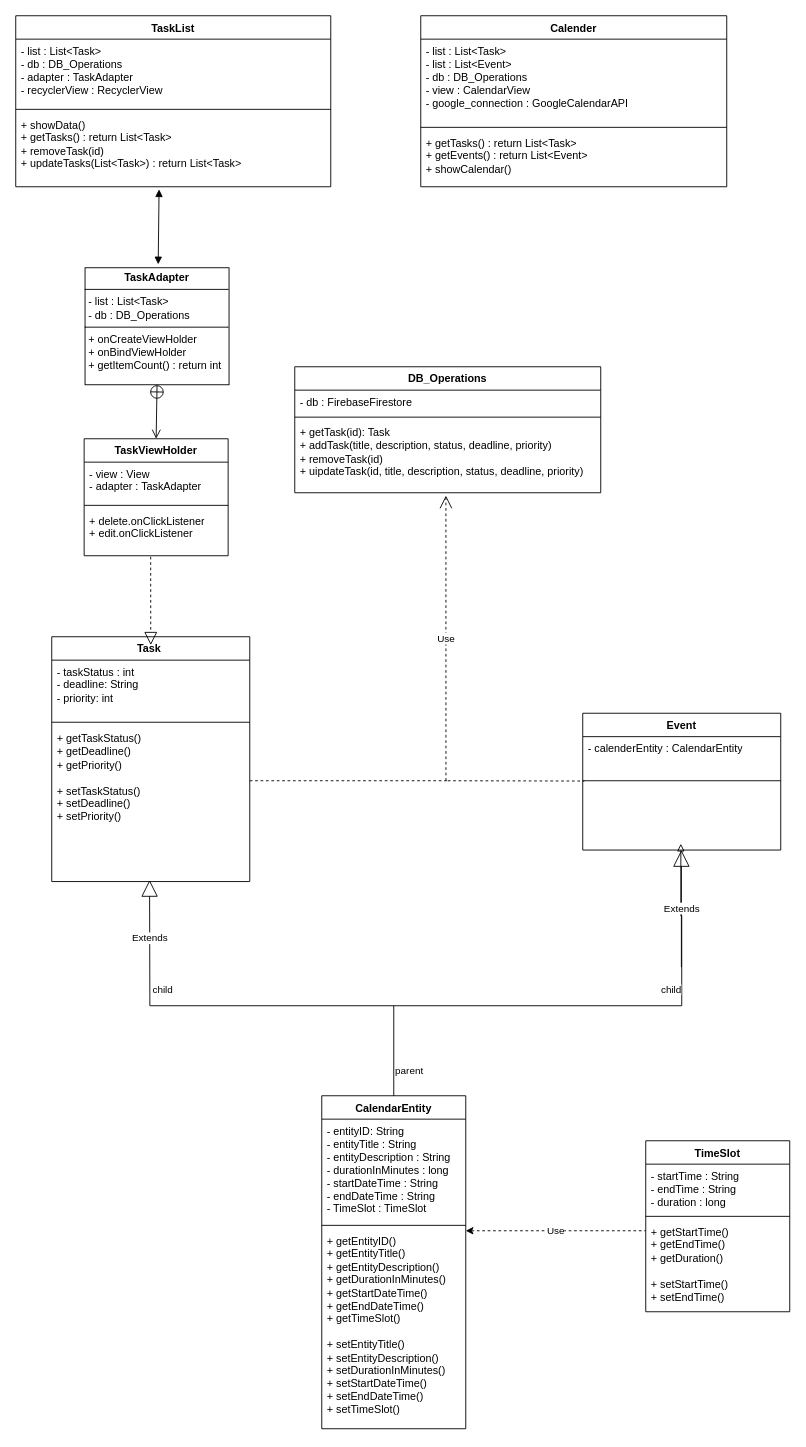
Above: UML_edith.drawio in vancenceho/50.001---Information-Systems (draw.io), before the change. Source tidied: cells renumbered, new cells numbered last; positions are measured from the earlier drawing's top-left corner, leaving out a move shared by most shapes. Both pictures are drawn from the tidied source at 90%, with x=0, y=0 at pixel (15, 15).
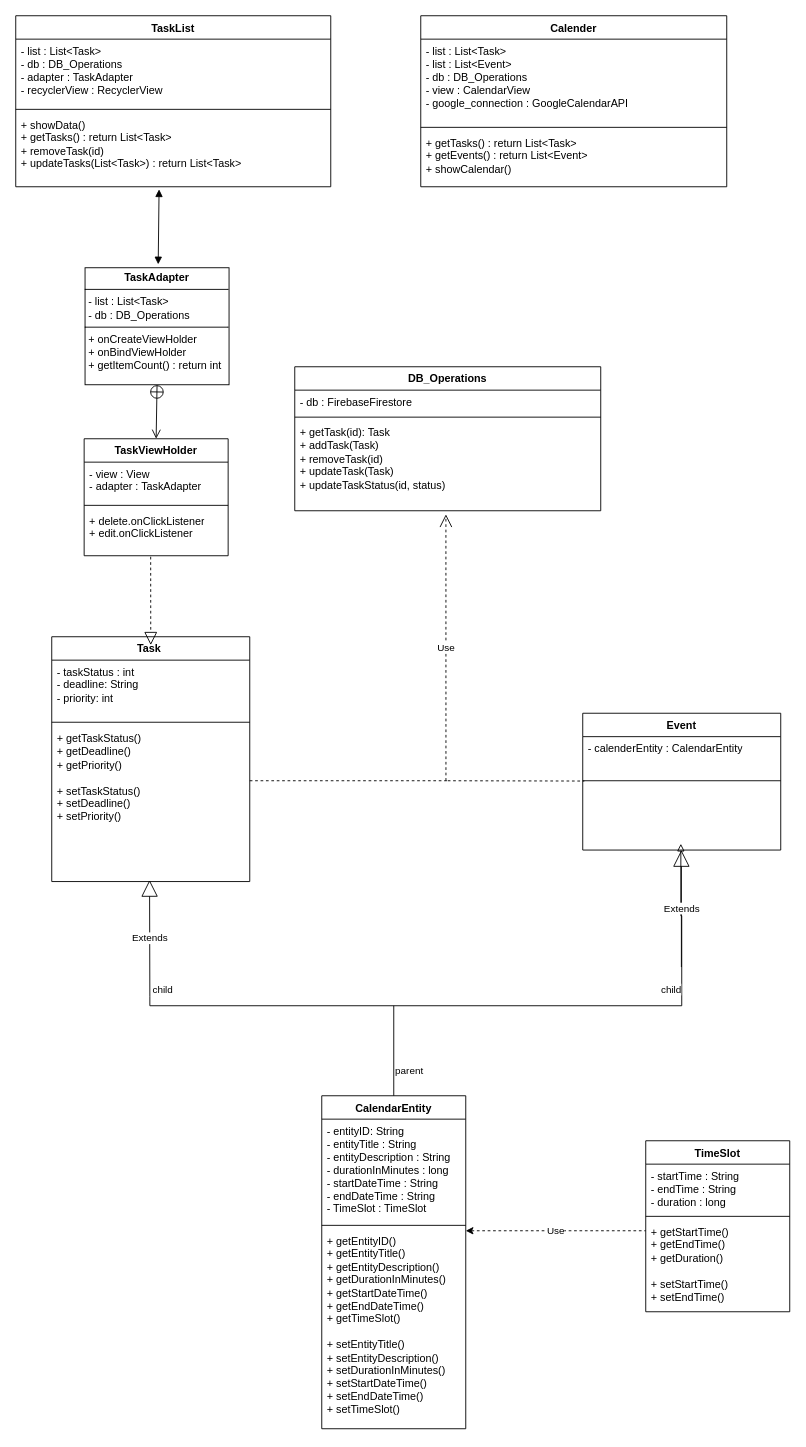
Above is the later version.

What changed in the source:
```diff
@@
     <mxCell id="10" value="DB_Operations" style="swimlane;fontStyle=1;align=center;verticalAlign=top;horizontal=1;startSize=26;whiteSpace=wrap;html=1;" parent="1" vertex="1">
-      <mxGeometry x="310" y="390" width="340" height="140" as="geometry" />
+      <mxGeometry x="310" y="390" width="340" height="160" as="geometry" />
     </mxCell>
@@
-    <mxCell id="13" value="+ getTask(id): Task&lt;div&gt;+ addTask(title, description, status, deadline, priority)&lt;br&gt;&lt;div&gt;+ removeTask(id)&lt;/div&gt;&lt;div&gt;+ uipdateTask(id, title, description, status, deadline, priority)&lt;/div&gt;&lt;/div&gt;" style="text;strokeColor=none;fillColor=none;align=left;verticalAlign=top;spacingLeft=4;spacingRight=4;overflow=hidden;points=[[0,0.5],[1,0.5]];portConstraint=eastwest;whiteSpace=wrap;html=1;" parent="10" vertex="1">
-      <mxGeometry y="60" width="340" height="80" as="geometry" />
+    <mxCell id="13" value="+ getTask(id): Task&lt;div&gt;+ addTask(Task)&lt;br&gt;&lt;div&gt;+ removeTask(id)&lt;/div&gt;&lt;div&gt;+ updateTask(Task)&lt;/div&gt;&lt;/div&gt;&lt;div&gt;+ updateTaskStatus(id, status)&lt;/div&gt;" style="text;strokeColor=none;fillColor=none;align=left;verticalAlign=top;spacingLeft=4;spacingRight=4;overflow=hidden;points=[[0,0.5],[1,0.5]];portConstraint=eastwest;whiteSpace=wrap;html=1;" parent="10" vertex="1">
+      <mxGeometry y="60" width="340" height="100" as="geometry" />
     </mxCell>
```
